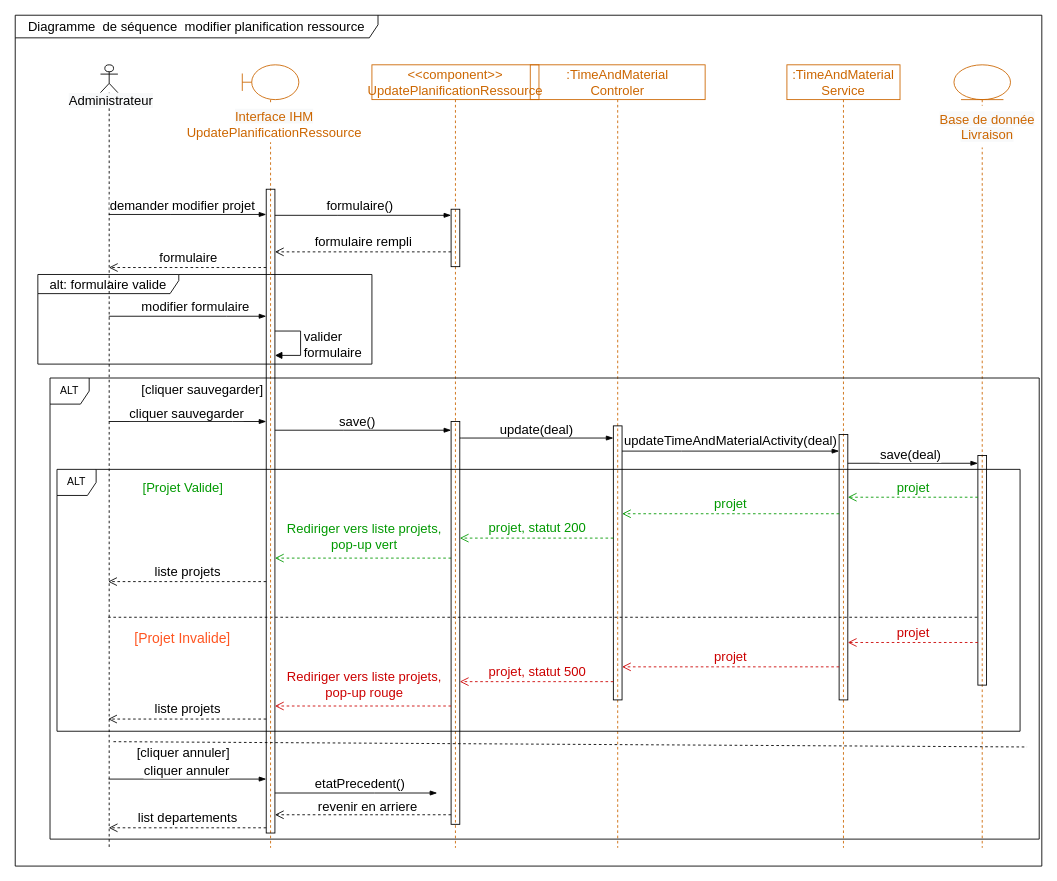
Above: Delivery/UpdateTimeAndMaterialProjectDiagrammeSequence.drawio in ZidiMedAmine/UML (draw.io), before the change. Source tidied: cells renumbered, new cells numbered last; positions are measured from the earlier drawing's top-left corner, leaving out a move shared by most shapes. Both pictures are drawn from the tidied source at 87%, with x=0, y=0 at pixel (15, 15).
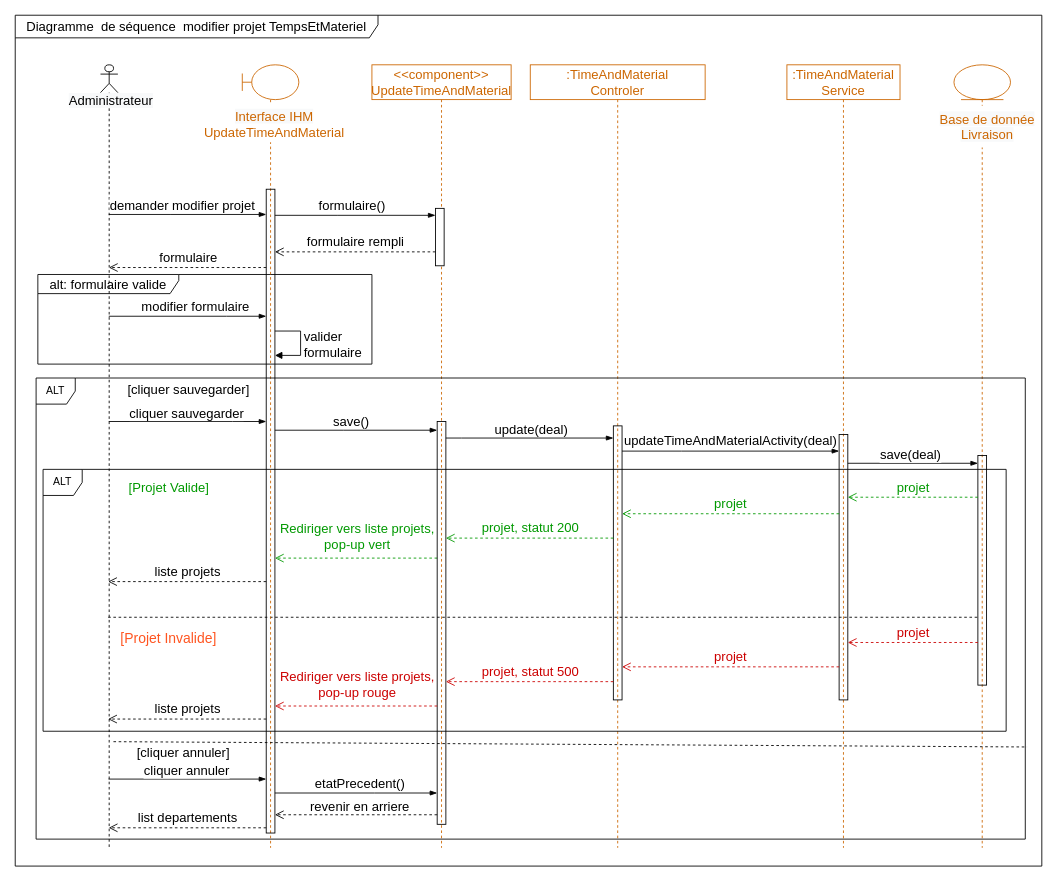
Above is the later version.

Commit message:
Mettre à jour UpdateTimeAndMaterialProjectDiagrammeSequence.drawio

Unchanged cells that the change refers to:
```xml
<mxCell id="14" style="shape=umlLifeline;participant=umlBoundary;perimeter=lifelinePerimeter;whiteSpace=wrap;html=1;verticalAlign=top;spacingTop=36;rounded=0;shadow=0;glass=0;sketch=0;fontSize=15;fillColor=none;fontColor=#CC6600;strokeColor=#CC6600;" parent="1" vertex="1">
  <mxGeometry x="261" y="57" width="65" height="900" as="geometry" />
</mxCell>
```

Change to the diagram source:
```diff
@@
-    <mxCell id="2" value="Diagramme&amp;nbsp; de séquence&amp;nbsp; modifier planification ressource" style="shape=umlFrame;whiteSpace=wrap;html=1;rounded=0;shadow=0;glass=0;sketch=0;fontSize=15;fillColor=none;width=417;height=26;" parent="1" vertex="1">
+    <mxCell id="2" value="Diagramme&amp;nbsp; de séquence&amp;nbsp; modifier projet TempsEtMateriel" style="shape=umlFrame;whiteSpace=wrap;html=1;rounded=0;shadow=0;glass=0;sketch=0;fontSize=15;fillColor=none;width=417;height=26;" parent="1" vertex="1">
       <mxGeometry width="1180" height="978" as="geometry" />
     </mxCell>
@@
-    <mxCell id="15" value="&lt;span style=&quot;font-family: Helvetica; font-size: 15px; font-style: normal; font-variant-ligatures: normal; font-variant-caps: normal; font-weight: 400; letter-spacing: normal; orphans: 2; text-indent: 0px; text-transform: none; widows: 2; word-spacing: 0px; -webkit-text-stroke-width: 0px; background-color: rgb(248, 249, 250); text-decoration-thickness: initial; text-decoration-style: initial; text-decoration-color: initial; float: none; display: inline !important;&quot;&gt;Interface IHM&lt;/span&gt;&lt;br style=&quot;font-family: Helvetica; font-size: 15px; font-style: normal; font-variant-ligatures: normal; font-variant-caps: normal; font-weight: 400; letter-spacing: normal; orphans: 2; text-indent: 0px; text-transform: none; widows: 2; word-spacing: 0px; -webkit-text-stroke-width: 0px; background-color: rgb(248, 249, 250); text-decoration-thickness: initial; text-decoration-style: initial; text-decoration-color: initial;&quot;&gt;UpdatePlanificationRessource" style="text;whiteSpace=wrap;html=1;fontSize=15;align=center;fillColor=default;fontColor=#CC6600;" parent="14" vertex="1">
+    <mxCell id="15" value="&lt;span style=&quot;font-family: Helvetica; font-size: 15px; font-style: normal; font-variant-ligatures: normal; font-variant-caps: normal; font-weight: 400; letter-spacing: normal; orphans: 2; text-indent: 0px; text-transform: none; widows: 2; word-spacing: 0px; -webkit-text-stroke-width: 0px; background-color: rgb(248, 249, 250); text-decoration-thickness: initial; text-decoration-style: initial; text-decoration-color: initial; float: none; display: inline !important;&quot;&gt;Interface IHM&lt;/span&gt;&lt;br style=&quot;font-family: Helvetica; font-size: 15px; font-style: normal; font-variant-ligatures: normal; font-variant-caps: normal; font-weight: 400; letter-spacing: normal; orphans: 2; text-indent: 0px; text-transform: none; widows: 2; word-spacing: 0px; -webkit-text-stroke-width: 0px; background-color: rgb(248, 249, 250); text-decoration-thickness: initial; text-decoration-style: initial; text-decoration-color: initial;&quot;&gt;UpdateTimeAndMaterial" style="text;whiteSpace=wrap;html=1;fontSize=15;align=center;fillColor=default;fontColor=#CC6600;" parent="14" vertex="1">
       <mxGeometry x="-24" y="44" width="122" height="45" as="geometry" />
     </mxCell>
@@
-    <mxCell id="26" value="&amp;lt;&amp;lt;component&amp;gt;&amp;gt;&lt;br&gt;UpdatePlanificationRessource" style="shape=umlLifeline;perimeter=lifelinePerimeter;whiteSpace=wrap;html=1;rounded=0;shadow=0;glass=0;sketch=0;fillColor=none;fontSize=15;fontColor=#CC6600;strokeColor=#CC6600;" parent="1" vertex="1">
-      <mxGeometry x="410" y="57" width="192" height="900" as="geometry" />
+    <mxCell id="26" value="&amp;lt;&amp;lt;component&amp;gt;&amp;gt;&lt;br&gt;UpdateTimeAndMaterial" style="shape=umlLifeline;perimeter=lifelinePerimeter;whiteSpace=wrap;html=1;rounded=0;shadow=0;glass=0;sketch=0;fillColor=none;fontSize=15;fontColor=#CC6600;strokeColor=#CC6600;" parent="1" vertex="1">
+      <mxGeometry x="410" y="57" width="160" height="900" as="geometry" />
     </mxCell>
-    <mxCell id="27" style="html=1;points=[];perimeter=orthogonalPerimeter;fontSize=15;fillColor=none;rounded=0;shadow=0;glass=0;sketch=0;" parent="26" vertex="1">
-      <mxGeometry x="91" y="166" width="10" height="66" as="geometry" />
+    <mxCell id="27" style="html=1;points=[];perimeter=orthogonalPerimeter;" parent="26" vertex="1">
+      <mxGeometry x="73" y="165" width="10" height="66" as="geometry" />
     </mxCell>
@@
     <mxCell id="41" style="group;" parent="1" vertex="1">
-      <mxGeometry x="26" y="380" width="1151" height="565" as="geometry" />
+      <mxGeometry x="10" y="380" width="1151" height="565" as="geometry" />
     </mxCell>
```
